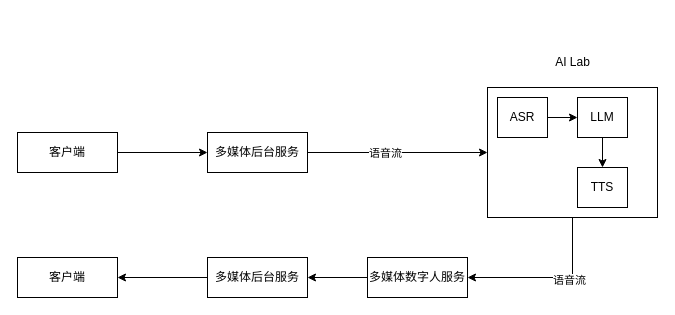
The draw.io diagram AI面试架构.drawio in hbulixu/diagrams_store, before the edit. Source tidied: cells renumbered, new cells numbered last; positions are measured from the earlier drawing's top-left corner, leaving out a move shared by most shapes. Both pictures are drawn from the tidied source at 100%, with x=0, y=0 at pixel (17, 47).
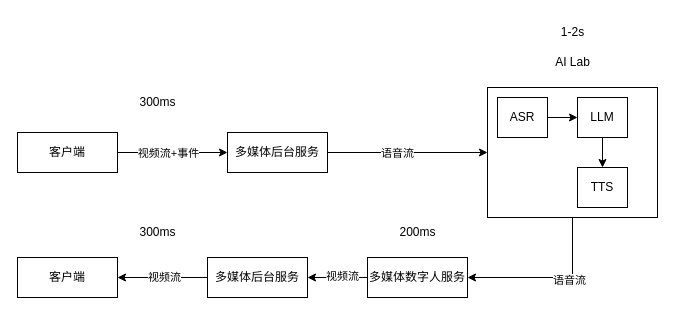
Above is the later version.

Commit message (it also covers changes not shown here):
更新AI面试架构.drawio

The change refers to these unchanged cells:
```xml
<mxCell id="2" style="edgeStyle=orthogonalEdgeStyle;rounded=0;jettySize=auto;html=1;entryX=0;entryY=0.5;entryDx=0;entryDy=0;" parent="1" edge="1" source="3" target="6">
  <mxGeometry relative="1" as="geometry" />
</mxCell>
<mxCell id="8" style="edgeStyle=orthogonalEdgeStyle;rounded=0;jettySize=auto;html=1;" parent="1" edge="1" source="9" target="7">
  <mxGeometry relative="1" as="geometry" />
</mxCell>
<mxCell id="10" style="edgeStyle=orthogonalEdgeStyle;rounded=0;jettySize=auto;html=1;" parent="1" edge="1" source="11" target="9">
  <mxGeometry relative="1" as="geometry" />
</mxCell>
```

Diff of the diagram source:
```diff
@@
+    <mxCell id="21" value="视频流+事件" style="edgeLabel;html=1;align=center;verticalAlign=middle;" parent="2" vertex="1">
+      <mxGeometry x="-0.09" relative="1" as="geometry" />
+    </mxCell>
@@
     <mxCell id="6" value="多媒体后台服务" style="rounded=0;whiteSpace=wrap;html=1;" parent="1" vertex="1">
-      <mxGeometry x="190" y="85" width="100" height="40" as="geometry" />
+      <mxGeometry x="210" y="85" width="100" height="40" as="geometry" />
     </mxCell>
@@
+    <mxCell id="22" value="视频流" style="edgeLabel;html=1;align=center;verticalAlign=middle;" parent="8" vertex="1">
+      <mxGeometry x="-0.02" y="-1" relative="1" as="geometry" />
+    </mxCell>
@@
+    <mxCell id="23" value="视频流" style="edgeLabel;html=1;align=center;verticalAlign=middle;" parent="10" vertex="1">
+      <mxGeometry x="-0.13" y="-2" relative="1" as="geometry" />
+    </mxCell>
@@
+    <mxCell id="24" value="300ms" style="text;html=1;align=center;verticalAlign=middle;strokeColor=none;fillColor=none;" parent="1" vertex="1">
+      <mxGeometry x="110" y="40" width="60" height="30" as="geometry" />
+    </mxCell>
+    <mxCell id="25" value="300ms" style="text;html=1;align=center;verticalAlign=middle;strokeColor=none;fillColor=none;" parent="1" vertex="1">
+      <mxGeometry x="110" y="170" width="60" height="30" as="geometry" />
+    </mxCell>
+    <mxCell id="26" value="200ms" style="text;html=1;align=center;verticalAlign=middle;strokeColor=none;fillColor=none;" parent="1" vertex="1">
+      <mxGeometry x="370" y="170" width="60" height="30" as="geometry" />
+    </mxCell>
+    <mxCell id="27" value="1-2s" style="text;html=1;align=center;verticalAlign=middle;strokeColor=none;fillColor=none;" parent="1" vertex="1">
+      <mxGeometry x="530" y="-30" width="50" height="30" as="geometry" />
+    </mxCell>
```
